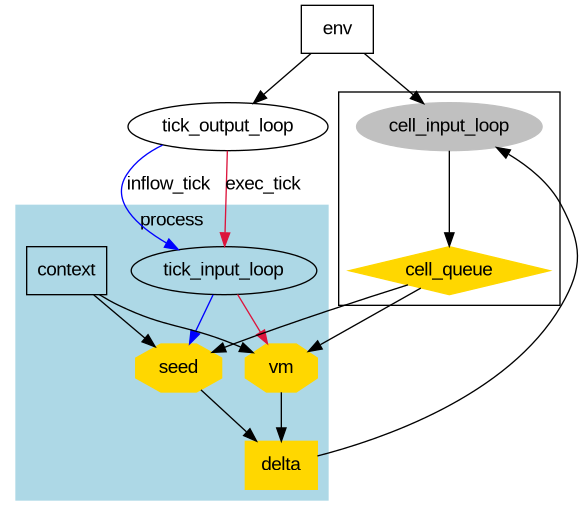
Before: architecture.png, a diagram exported from Graphviz (jcrd/tidepool). Its source is kept beside it as architecture.dot.
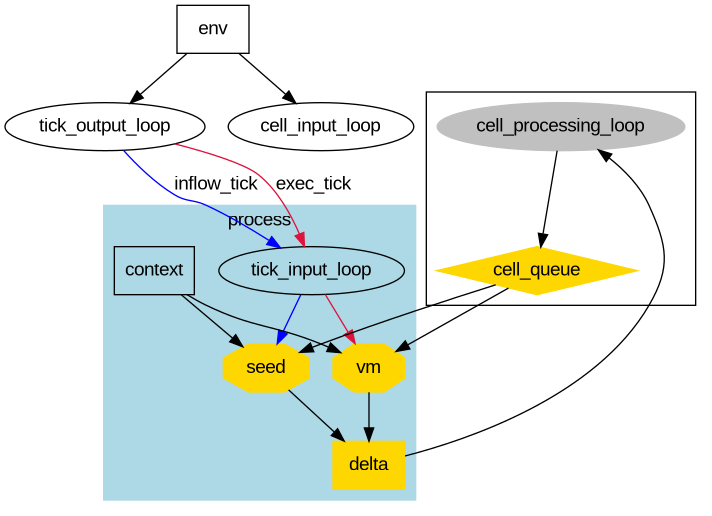
Above is the later version.

Commit message:
graph: Change name of cell processing loop

Diff of the diagram source:
```diff
@@ -7,9 +7,9 @@
     tick_output_loop -> tick_input_loop [label="exec_tick",color=crimson];
 
     subgraph cluster_cell_input_loop {
-        cell_input_loop [style=filled,color=gray];
+        cell_processing_loop [style=filled,color=gray];
         cell_queue [style=filled,color=gold,shape=diamond];
-        cell_input_loop -> cell_queue;
+        cell_processing_loop -> cell_queue;
     }
 
     subgraph cluster_process {
@@ -23,7 +23,7 @@
 
         tick_input_loop -> seed [color=blue];
         tick_input_loop -> vm [color=crimson];
-        cell_queue -> {seed, vm} -> delta -> cell_input_loop;
+        cell_queue -> {seed, vm} -> delta -> cell_processing_loop;
         context -> {seed, vm};
     }
 }
```
